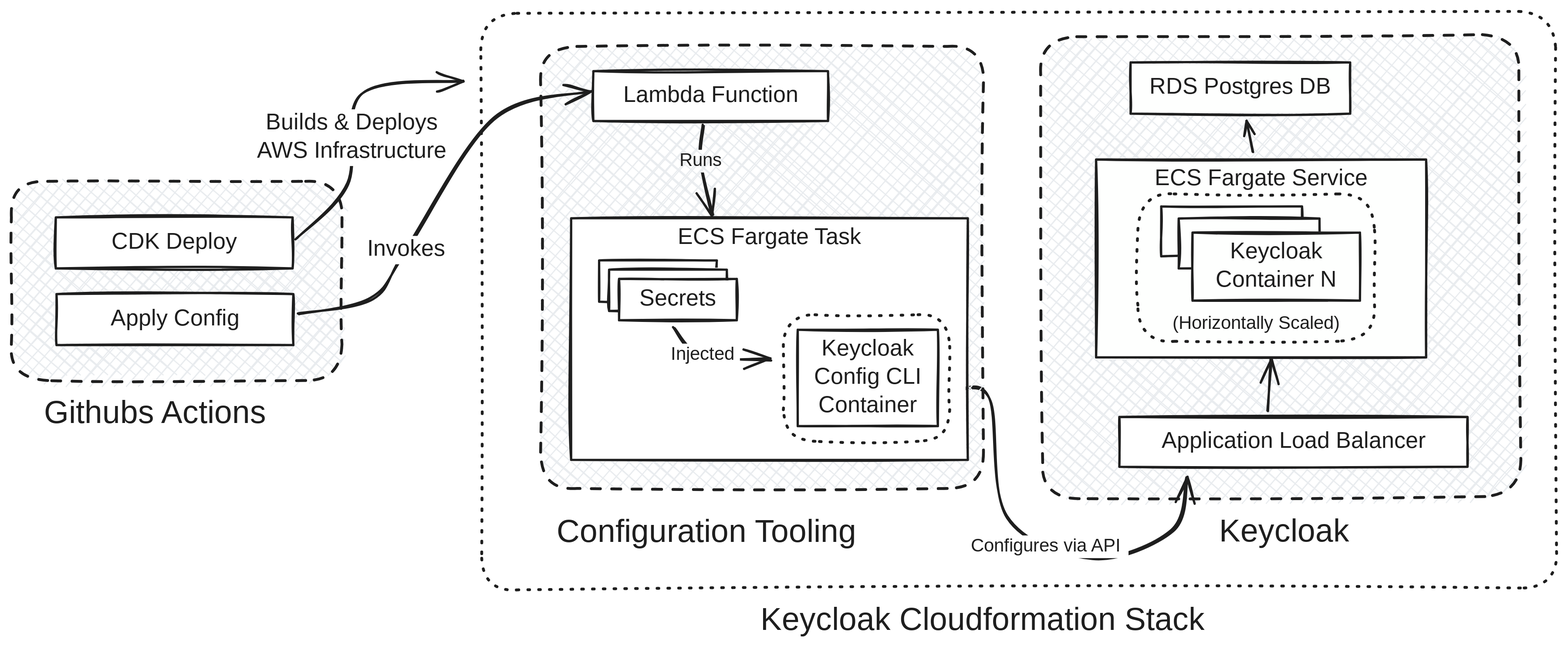
NASA-IMPACT/veda-keycloak keeps this Excalidraw diagram as .docs/architecture.excalidraw.svg. Above is the earlier version. Source tidied: one line per element, renumbered; positions are measured from the earlier drawing's top-left corner, leaving out a move shared by most shapes.
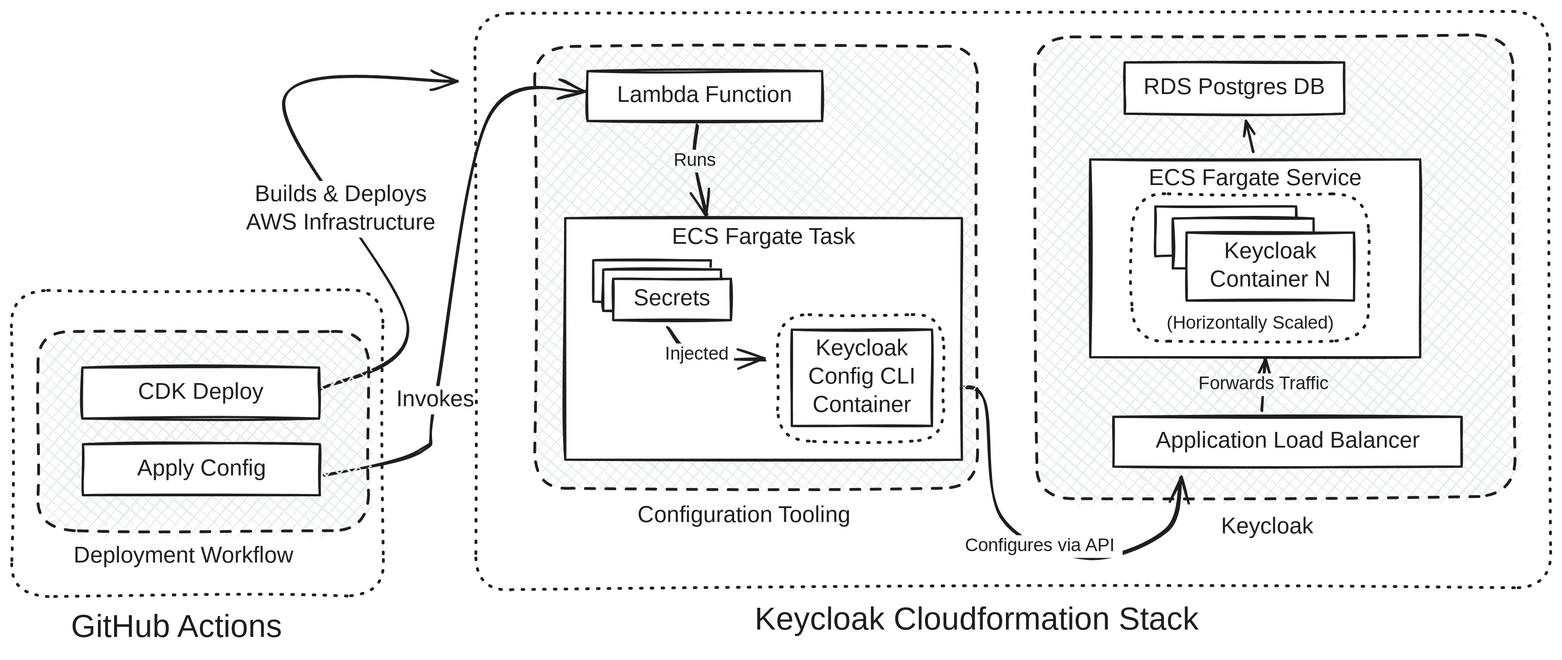
After the commit.

Commit message:
Refine diagram

Change to the diagram source:
```diff
@@ -15,20 +15,15 @@
 {"id": 14, "type": "rectangle", "strokeColor": "#1e1e1e", "backgroundColor": "#fefffe", "fillStyle": "solid", "strokeWidth": 2, "roughness": 1, "x": 1042, "y": 194, "width": 148, "height": 60}
 {"id": 15, "type": "text", "text": "Keycloak\nContainer N", "strokeColor": "#1e1e1e", "backgroundColor": "#fefffe", "fillStyle": "solid", "strokeWidth": 2, "roughness": 1, "fontSize": 20, "fontFamily": 5, "textAlign": "center", "verticalAlign": "middle", "inside": 14, "x": 1059, "y": 199, "width": 113, "height": 50}
 {"id": 16, "type": "arrow", "strokeColor": "#1e1e1e", "strokeWidth": 2, "roughness": 1, "endArrowhead": "arrow", "round": true, "from": 2, "to": 8, "x": 1108, "y": 352, "width": 3, "height": 46, "points": [[0, 0], [3, -46]]}
+{"id": 51, "type": "text", "text": "Forwards Traffic", "strokeColor": "#1e1e1e", "backgroundColor": "#ffffff", "fillStyle": "solid", "strokeWidth": 2, "roughness": 1, "fontSize": 16, "fontFamily": 5, "textAlign": "center", "verticalAlign": "middle", "inside": 16, "x": 1044, "y": 319, "width": 132, "height": 20}
-{"id": 17, "type": "arrow", "strokeColor": "#1e1e1e", "strokeWidth": 2, "roughness": 1, "endArrowhead": "arrow", "round": true, "from": 6, "to": 4, "x": 1095, "y": 123, "width": 6, "height": 27, "points": [[0, 0], [-6, -27]]}
+{"id": 17, "type": "arrow", "strokeColor": "#1e1e1e", "strokeWidth": 2, "roughness": 1, "endArrowhead": "arrow", "round": true, "from": 6, "to": 4, "x": 1101, "y": 123, "width": 7, "height": 27, "points": [[0, 0], [-7, -27]]}
 {"id": 18, "type": "arrow", "strokeColor": "#1e1e1e", "strokeWidth": 2, "roughness": 1, "endArrowhead": "arrow", "round": true, "from": 41, "to": 2, "x": 835, "y": 333, "width": 202, "height": 148, "points": [[0, 0], [29, 9], [42, 112], [119, 148], [188, 123], [202, 76]]}
 {"id": 19, "type": "text", "text": "Configures via API", "strokeColor": "#1e1e1e", "strokeWidth": 2, "roughness": 1, "fontSize": 16, "fontFamily": 5, "textAlign": "center", "verticalAlign": "middle", "inside": 18, "x": 839, "y": 461, "width": 146, "height": 20}
-{"id": 20, "type": "text", "text": "Configuration Tooling", "strokeColor": "#1e1e1e", "strokeWidth": 2, "roughness": 1, "fontSize": 28, "fontFamily": 5, "x": 481, "y": 442, "width": 291, "height": 35}
+{"id": 20, "type": "text", "text": "Configuration Tooling", "strokeColor": "#1e1e1e", "strokeWidth": 2, "roughness": 1, "fontSize": 20, "fontFamily": 5, "x": 557, "y": 432, "width": 208, "height": 25}
-{"id": 21, "type": "text", "text": "Keycloak", "strokeColor": "#1e1e1e", "strokeWidth": 2, "roughness": 1, "fontSize": 28, "fontFamily": 5, "x": 1065, "y": 442, "width": 115, "height": 35}
+{"id": 21, "type": "text", "text": "Keycloak", "strokeColor": "#1e1e1e", "strokeWidth": 2, "roughness": 1, "fontSize": 20, "fontFamily": 5, "x": 1072, "y": 442, "width": 82, "height": 25}
 {"id": 22, "type": "text", "text": "Keycloak Cloudformation Stack", "strokeColor": "#1e1e1e", "strokeWidth": 2, "strokeStyle": "dotted", "roughness": 1, "fontSize": 28, "fontFamily": 5, "x": 661, "y": 520, "width": 419, "height": 35}
-{"id": 23, "type": "rectangle", "strokeColor": "#1e1e1e", "backgroundColor": "#e9ecef", "fillStyle": "cross-hatch", "strokeWidth": 2, "strokeStyle": "dashed", "roughness": 1, "round": true, "x": 0, "y": 149, "width": 292, "height": 176}
-{"id": 24, "type": "text", "text": "Githubs Actions", "strokeColor": "#1e1e1e", "strokeWidth": 2, "roughness": 1, "fontSize": 28, "fontFamily": 5, "x": 29, "y": 338, "width": 219, "height": 35}
-{"id": 25, "type": "rectangle", "strokeColor": "#1e1e1e", "backgroundColor": "#ffffff", "fillStyle": "solid", "strokeWidth": 2, "roughness": 1, "x": 39, "y": 181, "width": 209, "height": 45}
-{"id": 26, "type": "text", "text": "CDK Deploy", "strokeColor": "#1e1e1e", "backgroundColor": "#ffffff", "fillStyle": "solid", "strokeWidth": 2, "roughness": 1, "fontSize": 20, "fontFamily": 5, "textAlign": "center", "verticalAlign": "middle", "inside": 25, "x": 87, "y": 191, "width": 113, "height": 25}
-{"id": 27, "type": "rectangle", "strokeColor": "#1e1e1e", "backgroundColor": "#ffffff", "fillStyle": "solid", "strokeWidth": 2, "roughness": 1, "x": 40, "y": 248, "width": 209, "height": 45}
-{"id": 28, "type": "text", "text": "Apply Config", "strokeColor": "#1e1e1e", "backgroundColor": "#ffffff", "fillStyle": "solid", "strokeWidth": 2, "roughness": 1, "fontSize": 20, "fontFamily": 5, "textAlign": "center", "verticalAlign": "middle", "inside": 27, "x": 85, "y": 258, "width": 119, "height": 25}
-{"id": 29, "type": "arrow", "strokeColor": "#1e1e1e", "backgroundColor": "#ffffff", "fillStyle": "solid", "strokeWidth": 2, "roughness": 1, "endArrowhead": "arrow", "round": true, "from": 25, "to": 0, "x": 252, "y": 201, "width": 147, "height": 139, "points": [[0, 0], [44, -49], [58, -128], [147, -139]]}
+{"id": 29, "type": "arrow", "strokeColor": "#1e1e1e", "backgroundColor": "#ffffff", "fillStyle": "solid", "strokeWidth": 2, "roughness": 1, "endArrowhead": "arrow", "round": true, "from": 25, "to": 0, "x": 278, "y": 334, "width": 152, "height": 273, "points": [[0, 0], [76, -58], [-31, -256], [121, -273]]}
-{"id": 30, "type": "text", "text": "Builds & Deploys\nAWS Infrastructure", "strokeColor": "#1e1e1e", "backgroundColor": "#ffffff", "fillStyle": "solid", "strokeWidth": 2, "roughness": 1, "fontSize": 20, "fontFamily": 5, "textAlign": "center", "verticalAlign": "middle", "inside": 29, "x": 252, "y": 74, "width": 192, "height": 50}
+{"id": 30, "type": "text", "text": "Builds & Deploys\nAWS Infrastructure", "strokeColor": "#1e1e1e", "backgroundColor": "#ffffff", "fillStyle": "solid", "strokeWidth": 2, "roughness": 1, "fontSize": 20, "fontFamily": 5, "textAlign": "center", "verticalAlign": "middle", "inside": 29, "x": 204, "y": 86, "width": 192, "height": 50}
 {"id": 31, "type": "rectangle", "strokeColor": "#1e1e1e", "backgroundColor": "#e9ecef", "fillStyle": "cross-hatch", "strokeWidth": 2, "strokeStyle": "dashed", "roughness": 1, "round": true, "x": 467, "y": 30, "width": 391, "height": 390}
 {"id": 32, "type": "rectangle", "strokeColor": "#1e1e1e", "backgroundColor": "#ffffff", "fillStyle": "solid", "strokeWidth": 2, "roughness": 1, "x": 513, "y": 52, "width": 207, "height": 44}
 {"id": 33, "type": "arrow", "strokeColor": "#1e1e1e", "strokeWidth": 2, "roughness": 1, "endArrowhead": "arrow", "round": true, "from": 32, "x": 610, "y": 100, "width": 11, "height": 78, "points": [[0, 0], [-2, 31], [10, 78]]}
@@ -47,5 +42,13 @@
 {"id": 46, "type": "text", "text": "Secrets", "strokeColor": "#1e1e1e", "strokeWidth": 2, "roughness": 1, "fontSize": 20.0, "fontFamily": 5, "textAlign": "center", "verticalAlign": "middle", "inside": 45, "x": 542, "y": 233, "width": 74, "height": 25}
 {"id": 47, "type": "rectangle", "strokeColor": "#1e1e1e", "backgroundColor": "#ffffff", "fillStyle": "solid", "strokeWidth": 2, "roughness": 1, "x": 536, "y": 235, "width": 104, "height": 36}
 {"id": 48, "type": "text", "text": "Secrets", "strokeColor": "#1e1e1e", "strokeWidth": 2, "roughness": 1, "fontSize": 20.0, "fontFamily": 5, "textAlign": "center", "verticalAlign": "middle", "inside": 47, "x": 551, "y": 241, "width": 74, "height": 25}
-{"id": 49, "type": "arrow", "strokeColor": "#1e1e1e", "backgroundColor": "#ffffff", "fillStyle": "solid", "strokeWidth": 2, "roughness": 1, "endArrowhead": "arrow", "round": true, "from": 27, "to": 32, "x": 253, "y": 265, "width": 258, "height": 197, "points": [[0, 0], [65, -13], [95, -56], [173, -171], [258, -197]]}
+{"id": 49, "type": "arrow", "strokeColor": "#1e1e1e", "backgroundColor": "#ffffff", "fillStyle": "solid", "strokeWidth": 2, "roughness": 1, "endArrowhead": "arrow", "round": true, "from": 27, "to": 32, "x": 281, "y": 408, "width": 230, "height": 339, "points": [[0, 0], [85, -21], [98, -66], [145, -314], [230, -339]]}
-{"id": 50, "type": "text", "text": "Invokes", "strokeColor": "#1e1e1e", "backgroundColor": "#ffffff", "fillStyle": "solid", "strokeWidth": 2, "roughness": 1, "fontSize": 20, "fontFamily": 5, "textAlign": "center", "verticalAlign": "middle", "inside": 49, "x": 325, "y": 199, "width": 76, "height": 25}
+{"id": 50, "type": "text", "text": "Invokes", "strokeColor": "#1e1e1e", "backgroundColor": "#ffffff", "fillStyle": "solid", "strokeWidth": 2, "roughness": 1, "fontSize": 20, "fontFamily": 5, "textAlign": "center", "verticalAlign": "middle", "inside": 49, "x": 341, "y": 330, "width": 76, "height": 25}
+{"id": 23, "type": "rectangle", "strokeColor": "#1e1e1e", "backgroundColor": "#e9ecef", "fillStyle": "cross-hatch", "strokeWidth": 2, "strokeStyle": "dashed", "roughness": 1, "round": true, "x": 29, "y": 282, "width": 292, "height": 176}
+{"id": 24, "type": "text", "text": "GitHub Actions", "strokeColor": "#1e1e1e", "strokeWidth": 2, "roughness": 1, "fontSize": 28, "fontFamily": 5, "x": 58, "y": 526, "width": 204, "height": 35}
+{"id": 25, "type": "rectangle", "strokeColor": "#1e1e1e", "backgroundColor": "#ffffff", "fillStyle": "solid", "strokeWidth": 2, "roughness": 1, "x": 68, "y": 313, "width": 209, "height": 45}
+{"id": 26, "type": "text", "text": "CDK Deploy", "strokeColor": "#1e1e1e", "backgroundColor": "#ffffff", "fillStyle": "solid", "strokeWidth": 2, "roughness": 1, "fontSize": 20, "fontFamily": 5, "textAlign": "center", "verticalAlign": "middle", "inside": 25, "x": 116, "y": 323, "width": 113, "height": 25}
+{"id": 27, "type": "rectangle", "strokeColor": "#1e1e1e", "backgroundColor": "#ffffff", "fillStyle": "solid", "strokeWidth": 2, "roughness": 1, "x": 68, "y": 381, "width": 209, "height": 45}
+{"id": 28, "type": "text", "text": "Apply Config", "strokeColor": "#1e1e1e", "backgroundColor": "#ffffff", "fillStyle": "solid", "strokeWidth": 2, "roughness": 1, "fontSize": 20, "fontFamily": 5, "textAlign": "center", "verticalAlign": "middle", "inside": 27, "x": 113, "y": 391, "width": 119, "height": 25}
+{"id": 52, "type": "rectangle", "strokeColor": "#1e1e1e", "angle": 6.28, "strokeWidth": 2, "strokeStyle": "dotted", "roughness": 1, "round": true, "x": 5, "y": 245, "width": 328, "height": 270}
+{"id": 53, "type": "text", "text": "Deployment Workflow", "strokeColor": "#1e1e1e", "strokeWidth": 2, "roughness": 1, "fontSize": 20, "fontFamily": 5, "x": 60, "y": 468, "width": 204, "height": 25}
```
